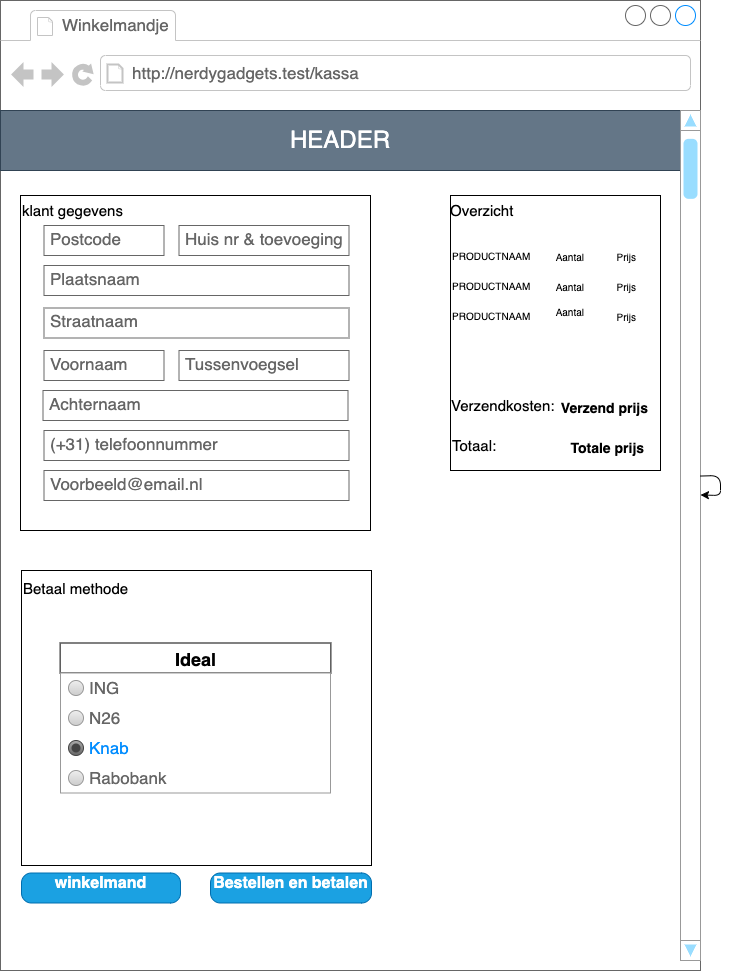
Above: drawio/wireframe/Kassa_sprint_4wireframe.drawio.png in Naraquoth/nerdygadgets (draw.io), before the change. Source tidied: cells renumbered, new cells last; positions are measured from the earlier drawing's top-left corner, leaving out a move shared by most shapes.
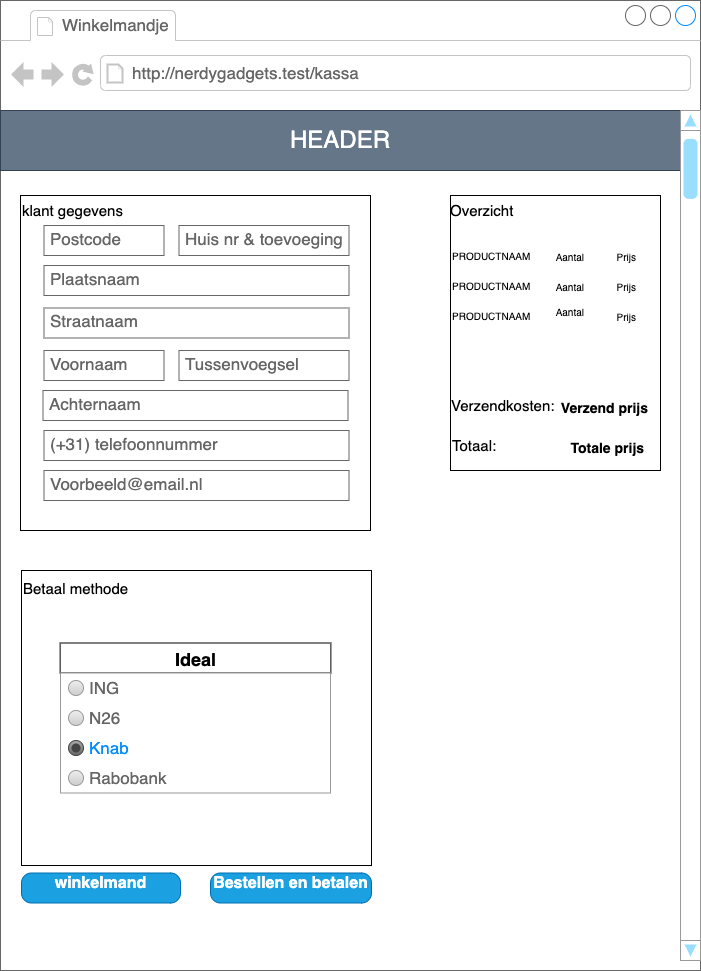
Above is the later version.

Change to the diagram source:
```diff
@@ -134,8 +134,5 @@
     <mxCell id="45" value="Voorbeeld@email.nl" style="strokeWidth=1;shadow=0;dashed=0;align=center;html=1;shape=mxgraph.mockup.text.textBox;fontColor=#666666;align=left;fontSize=17;spacingLeft=4;spacingTop=-3;strokeColor=#666666;mainText=;" parent="2" vertex="1">
       <mxGeometry x="43.5" y="470" width="305" height="30" as="geometry" />
     </mxCell>
-    <mxCell id="46" style="edgeStyle=none;html=1;" parent="1" edge="1" source="2" target="2">
-      <mxGeometry relative="1" as="geometry" />
-    </mxCell>
   </root>
 </mxGraphModel>
```
